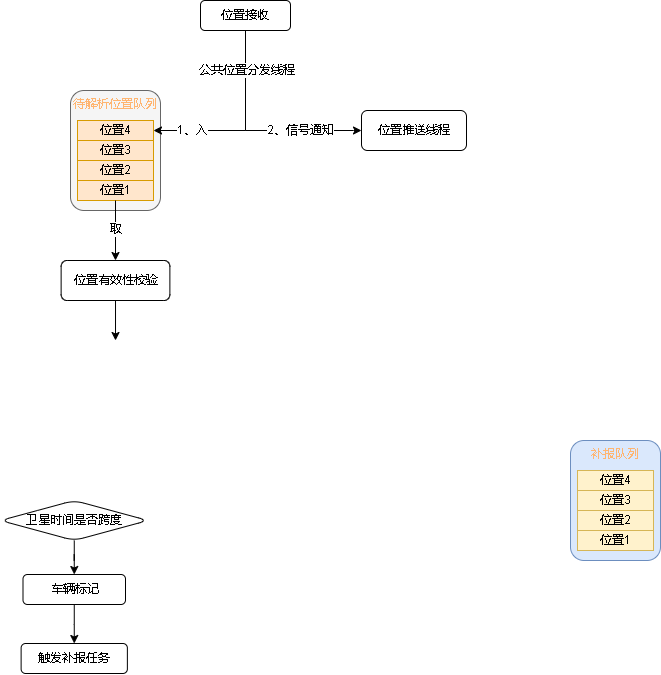
Earlier version of the draw.io export 809数据跨度.drawio.png (xktder/draw). Source tidied: cells renumbered, new cells last; positions are measured from the earlier drawing's top-left corner, leaving out a move shared by most shapes.
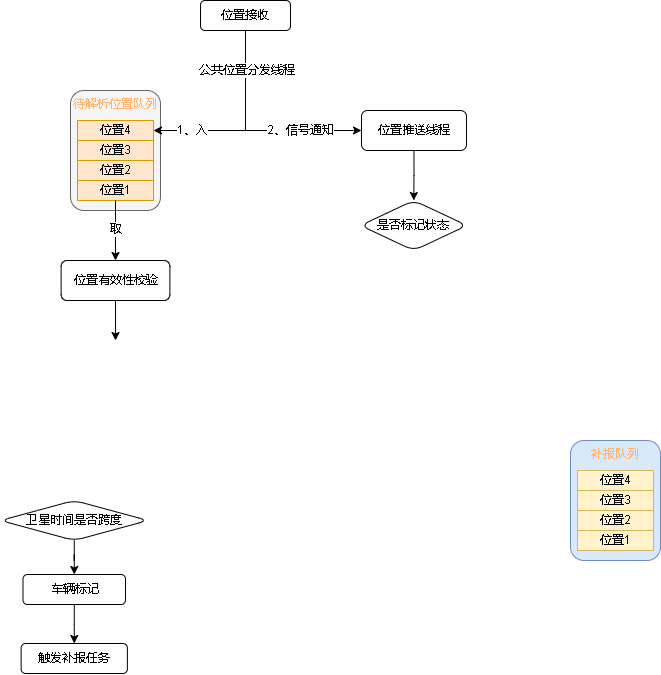
Later version of the same file.

Commit message:
更新809数据跨度.drawio.png

What changed in the source:
```diff
@@ -98,8 +98,14 @@
     <mxCell id="28" value="位置有效性校验" style="rounded=1;whiteSpace=wrap;html=1;fontFamily=Helvetica;fontSize=12;fontColor=default;align=center;strokeColor=default;fillColor=default;" parent="1" vertex="1">
       <mxGeometry x="60.6" y="260" width="108.8" height="40" as="geometry" />
     </mxCell>
+    <mxCell id="30" style="edgeStyle=orthogonalEdgeStyle;rounded=0;jettySize=auto;html=1;fontColor=#000000;" parent="1" edge="1" source="29" target="31">
+      <mxGeometry relative="1" as="geometry" />
+    </mxCell>
     <mxCell id="29" value="位置推送线程" style="rounded=1;whiteSpace=wrap;html=1;fontColor=#000000;" parent="1" vertex="1">
       <mxGeometry x="361" y="110" width="105" height="40" as="geometry" />
     </mxCell>
+    <mxCell id="31" value="是否标记状态" style="rhombus;whiteSpace=wrap;html=1;fontColor=#000000;rounded=1;" parent="1" vertex="1">
+      <mxGeometry x="360" y="200" width="106.5" height="50" as="geometry" />
+    </mxCell>
   </root>
 </mxGraphModel>
```
